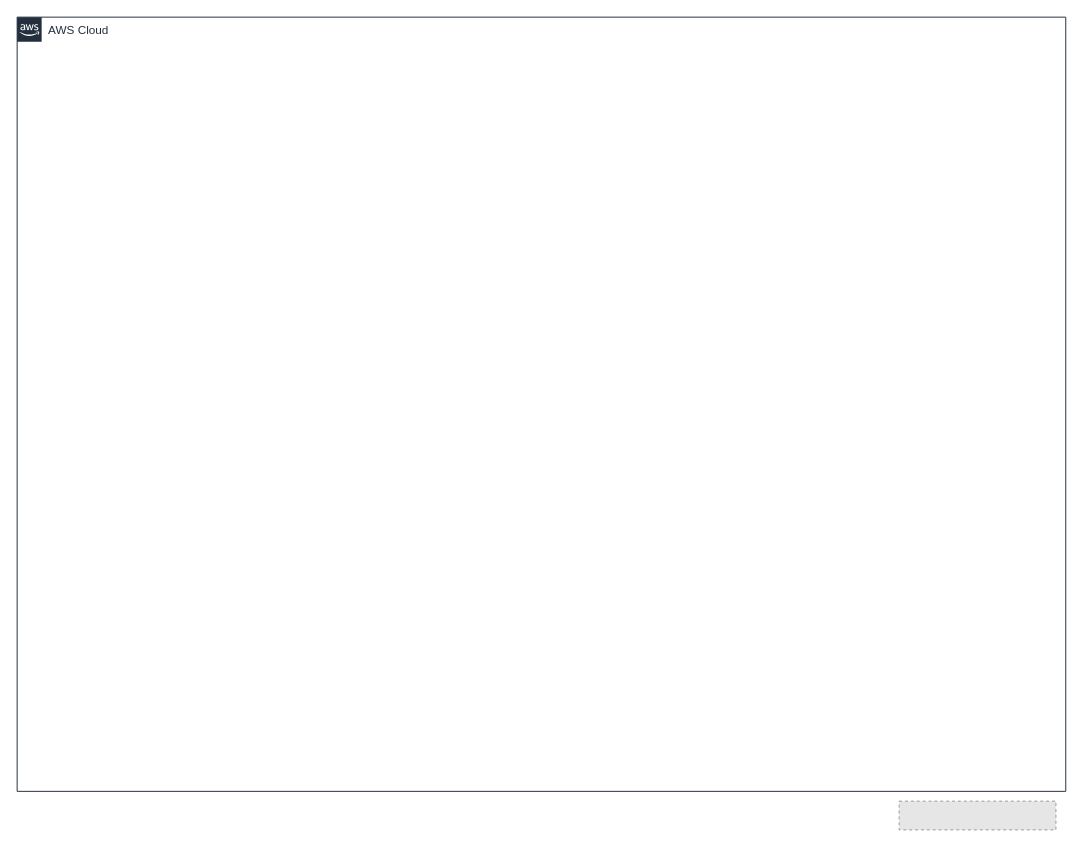
Before: page "lab-franklin-aws" (2 of 5) of docs/drawings/lab-diagrams.drawio in devsecfranklin/franklin-resume, a draw.io diagram. Source tidied: cells renumbered, new cells numbered last; positions are measured from the earlier drawing's top-left corner, leaving out a move shared by most shapes. Both pictures are drawn from the tidied source at 98%, with x=0, y=0 at pixel (17, 17). Pictures stored in the file or linked from it are replaced by grey dashed boxes.
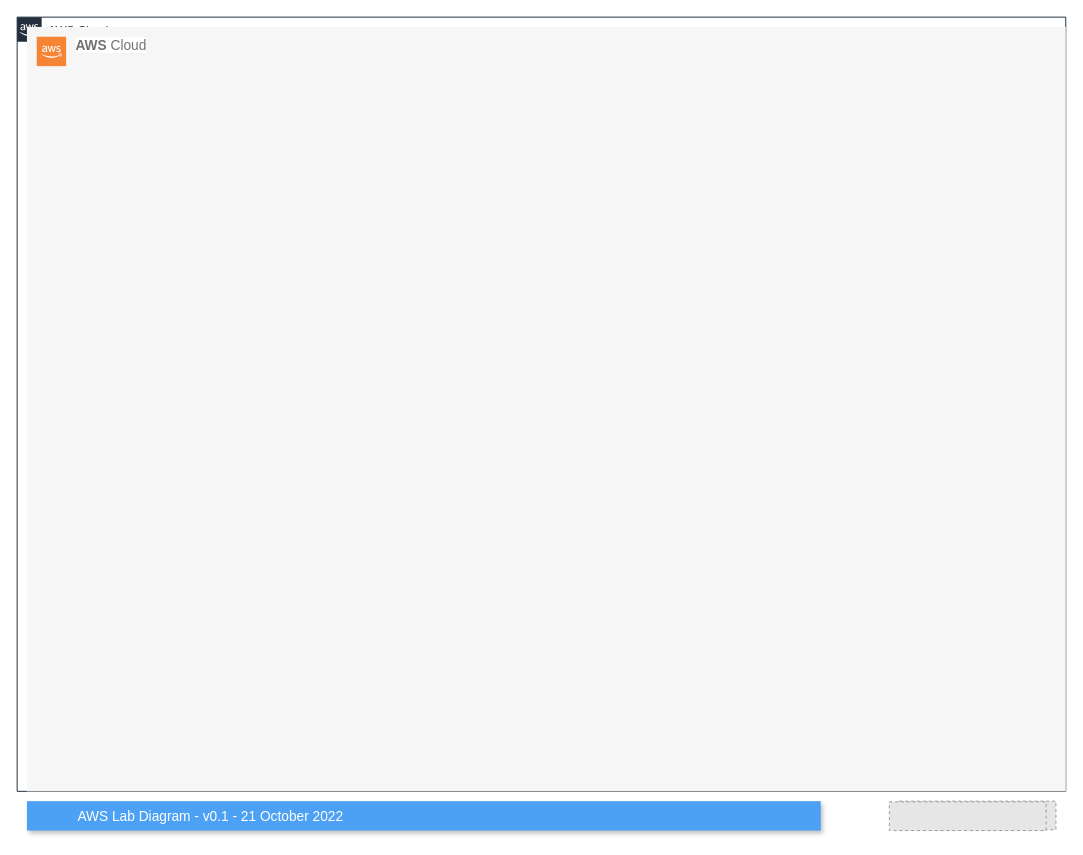
Above is the later version.

Diff of the diagram source:
```diff
@@
 <mxGraphModel>
   <root>
     <mxCell id="0" />
     <mxCell id="1" parent="0" />
     <mxCell id="2" value="AWS Cloud" style="gradientColor=none;html=1;whiteSpace=wrap;fontSize=12;fontStyle=0;shape=mxgraph.aws4.group;grIcon=mxgraph.aws4.group_aws_cloud_alt;strokeColor=#232F3E;fillColor=none;verticalAlign=top;align=left;spacingLeft=30;fontColor=#232F3E;dashed=0;" parent="1" vertex="1">
       <mxGeometry width="1070" height="790" as="geometry" />
     </mxCell>
     <mxCell id="3" style="fillColor=#E6E6E6;strokeColor=#999999;dashed=1;" parent="1" vertex="1">
       <mxGeometry x="900" y="800" width="160" height="29.3" as="geometry" />
     </mxCell>
+    <mxCell id="4" style="fillColor=#E6E6E6;strokeColor=#999999;dashed=1;" parent="1" vertex="1">
+      <mxGeometry x="890" y="800.7" width="160" height="29.3" as="geometry" />
+    </mxCell>
+    <mxCell id="5" value="AWS Lab Diagram - v0.1 - 21 October 2022" style="fillColor=#4DA1F5;strokeColor=none;shadow=1;gradientColor=none;fontSize=14;align=left;spacingLeft=50;fontColor=#ffffff;" parent="1" vertex="1">
+      <mxGeometry x="10" y="800" width="810" height="30" as="geometry" />
+    </mxCell>
+    <mxCell id="6" value="&lt;span style=&quot;background-color: rgb(255 , 255 , 255)&quot;&gt;&lt;b style=&quot;color: rgb(113 , 113 , 113) ; font-family: &amp;#34;helvetica&amp;#34; ; font-size: 14px ; font-style: normal ; letter-spacing: normal ; text-align: left ; text-indent: 0px ; text-transform: none ; word-spacing: 0px&quot;&gt;AWS&amp;nbsp;&lt;/b&gt;&lt;span style=&quot;color: rgb(113 , 113 , 113) ; font-family: &amp;#34;helvetica&amp;#34; ; font-size: 14px ; font-style: normal ; font-weight: 400 ; letter-spacing: normal ; text-align: left ; text-indent: 0px ; text-transform: none ; word-spacing: 0px ; display: inline ; float: none&quot;&gt;Cloud&lt;/span&gt;&lt;/span&gt;" style="fillColor=#F6F6F6;strokeColor=none;shadow=0;gradientColor=none;fontSize=14;align=left;spacing=10;fontColor=#717171;9E9E9E;verticalAlign=top;spacingTop=-4;fontStyle=0;spacingLeft=40;html=1;" parent="1" vertex="1">
+      <mxGeometry x="10" y="10" width="1060" height="780" as="geometry" />
+    </mxCell>
+    <mxCell id="7" style="dashed=0;verticalLabelPosition=bottom;verticalAlign=top;align=center;html=1;shape=mxgraph.aws3.cloud_2;fillColor=#F58534;gradientColor=none;" parent="1" vertex="1">
+      <mxGeometry x="20" y="20" width="30" height="30" as="geometry" />
+    </mxCell>
+    <mxCell id="8" parent="0" />
   </root>
 </mxGraphModel>
```
